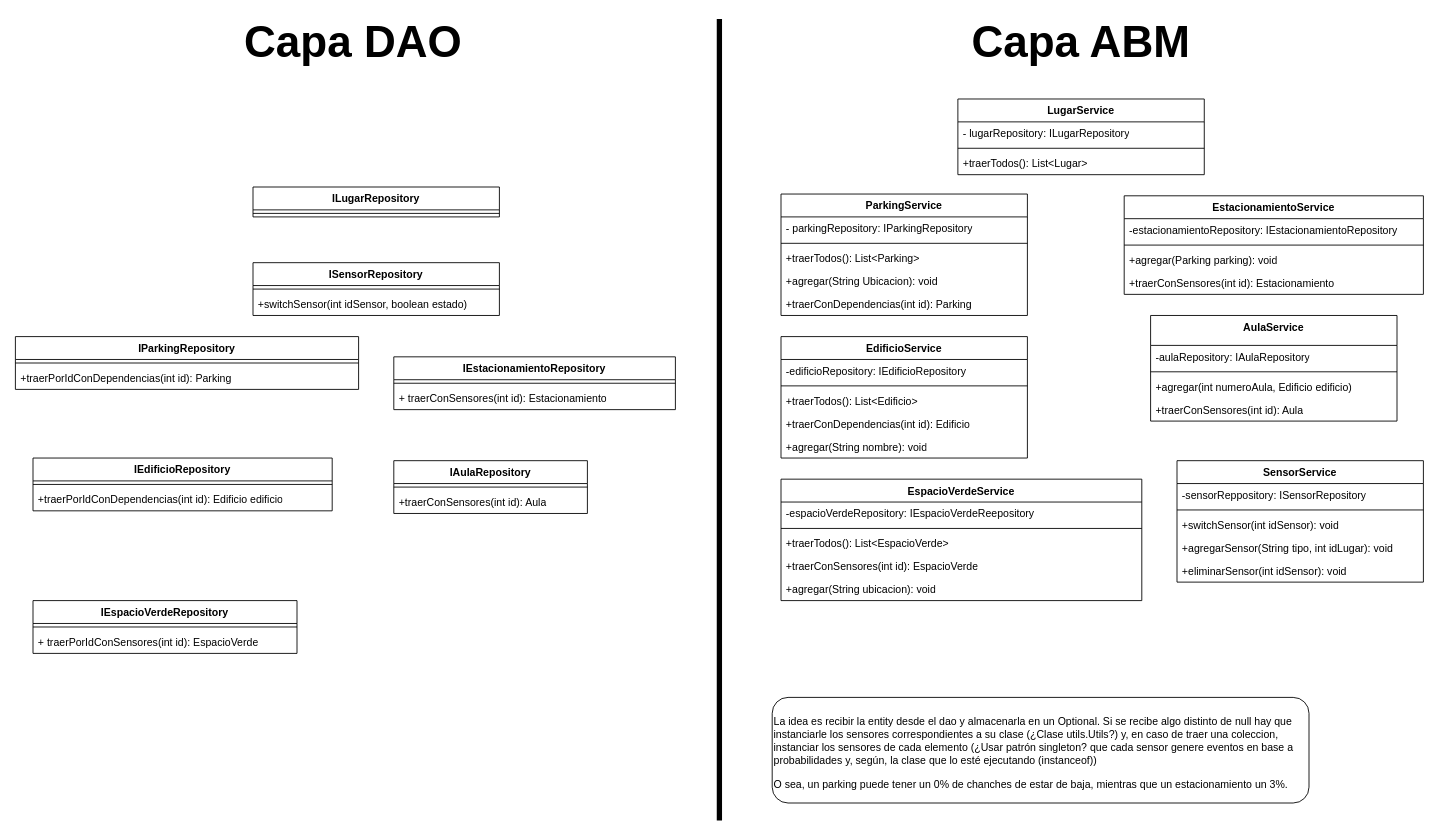
Earlier version of the draw.io diagram tp-oo2 - dao - abm.drawio (sarudev/grupo-01-OO2-2023). Source tidied: cells renumbered, new cells numbered last; positions are measured from the earlier drawing's top-left corner, leaving out a move shared by most shapes. Both pictures are drawn from the tidied source at 88%, with x=0, y=0 at pixel (15, 18).
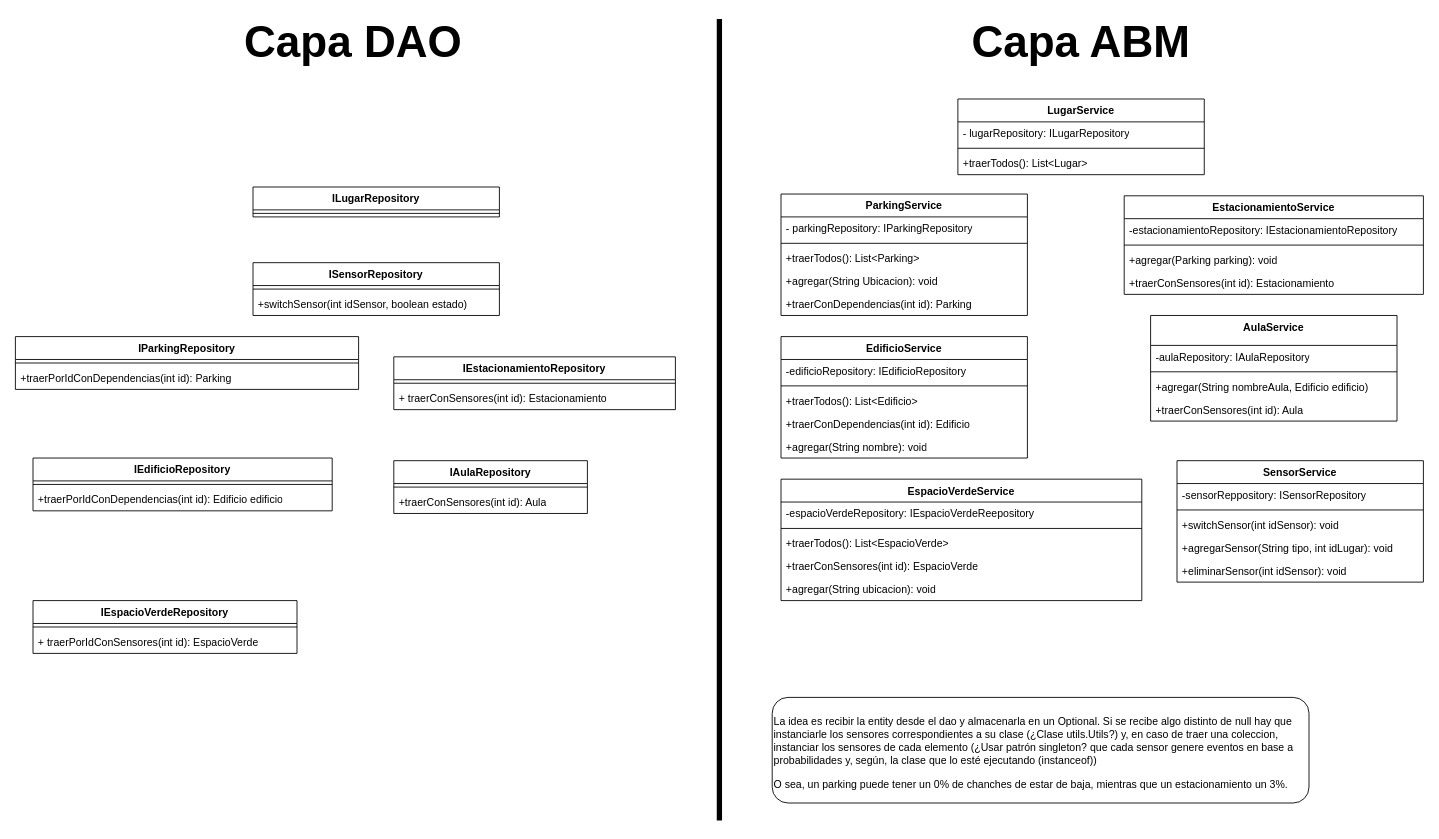
The same page after the edit.

The change refers to these unchanged cells:
```xml
<mxCell id="43" value="AulaService" style="swimlane;fontStyle=1;align=center;verticalAlign=top;horizontal=1;startSize=34;whiteSpace=wrap;html=1;" parent="1" vertex="1">
  <mxGeometry x="1290" y="337" width="280" height="120" as="geometry" />
</mxCell>
```

Diff of the diagram source:
```diff
@@
-    <mxCell id="46" value="+agregar(int numeroAula, Edificio edificio)" style="text;strokeColor=none;fillColor=none;align=left;verticalAlign=top;spacingLeft=4;spacingRight=4;overflow=hidden;whiteSpace=wrap;html=1;" parent="43" vertex="1">
+    <mxCell id="46" value="+agregar(String nombreAula, Edificio edificio)" style="text;strokeColor=none;fillColor=none;align=left;verticalAlign=top;spacingLeft=4;spacingRight=4;overflow=hidden;whiteSpace=wrap;html=1;" parent="43" vertex="1">
       <mxGeometry y="68" width="280" height="26" as="geometry" />
     </mxCell>
```
